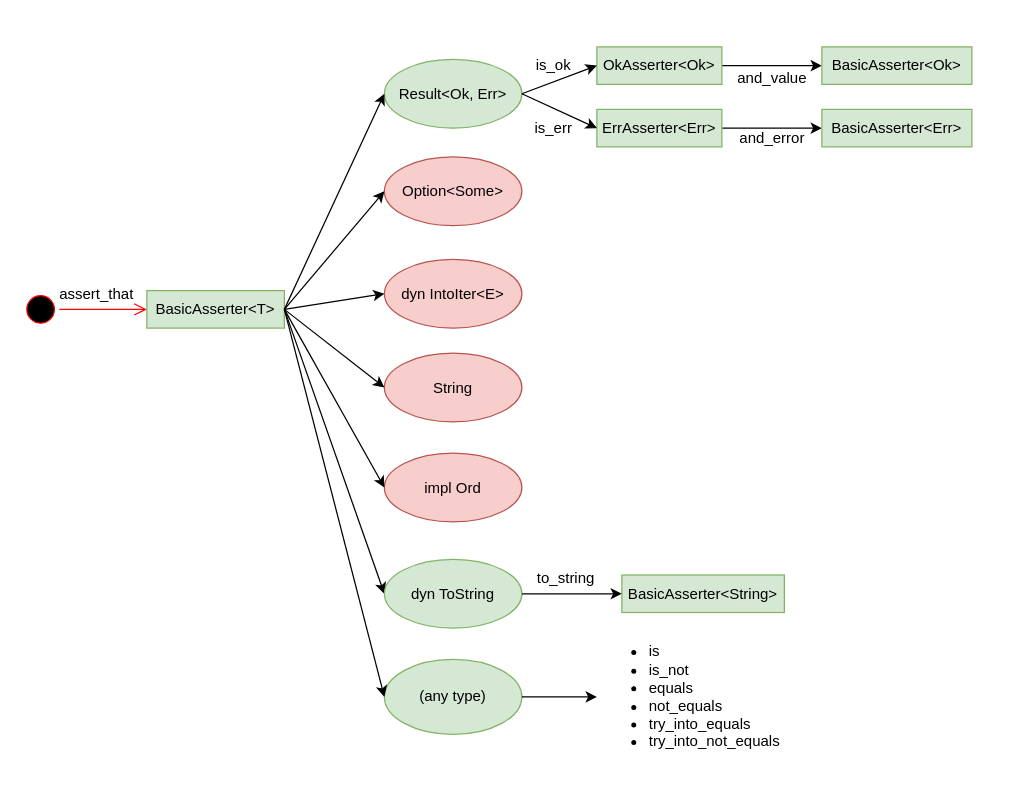
This is docs/assertion_structure.drawio from open-schnick/Smoothy, a draw.io file, before an edit. Source tidied: cells renumbered, new cells numbered last; positions are measured from the earlier drawing's top-left corner, leaving out a move shared by most shapes. Both pictures are drawn from the tidied source at 125%, with x=0, y=0 at pixel (21, 46).
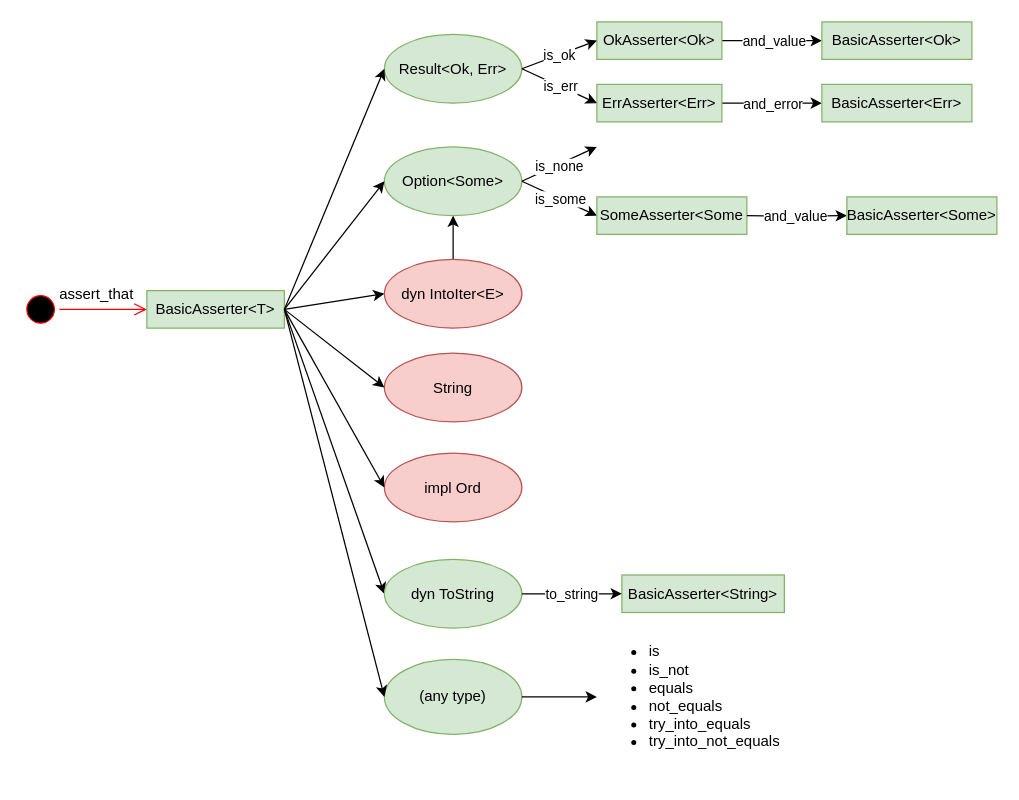
The same page after the edit.

Commit message (it also covers changes not shown here):
docs: update docs to reflect refactoring

The change refers to these unchanged cells:
```xml
<mxCell id="8" value="dyn IntoIter&amp;lt;E&amp;gt;" style="ellipse;whiteSpace=wrap;html=1;fillColor=#f8cecc;strokeColor=#b85450;" parent="1" vertex="1">
  <mxGeometry x="290" y="170" width="110" height="55" as="geometry" />
</mxCell>
<mxCell id="20" style="endArrow=classic;html=1;rounded=0;exitX=1;exitY=0.5;exitDx=0;exitDy=0;entryX=0;entryY=0.5;entryDx=0;entryDy=0;" parent="1" edge="1" source="19" target="17">
  <mxGeometry relative="1" as="geometry" />
</mxCell>
<mxCell id="21" style="edgeStyle=orthogonalEdgeStyle;rounded=0;jettySize=auto;html=1;entryX=0;entryY=0.5;entryDx=0;entryDy=0;" parent="1" edge="1" source="22" target="32">
  <mxGeometry relative="1" as="geometry" />
</mxCell>
<mxCell id="23" style="edgeStyle=orthogonalEdgeStyle;rounded=0;jettySize=auto;html=1;entryX=0;entryY=0.5;entryDx=0;entryDy=0;" parent="1" edge="1" source="24" target="29">
  <mxGeometry relative="1" as="geometry" />
</mxCell>
<mxCell id="25" style="endArrow=classic;html=1;rounded=0;exitX=1;exitY=0.5;exitDx=0;exitDy=0;entryX=0;entryY=0.5;entryDx=0;entryDy=0;" parent="1" edge="1" source="6" target="22">
  <mxGeometry relative="1" as="geometry" />
</mxCell>
<mxCell id="26" style="endArrow=classic;html=1;rounded=0;exitX=1;exitY=0.5;exitDx=0;exitDy=0;entryX=0;entryY=0.5;entryDx=0;entryDy=0;" parent="1" edge="1" source="6" target="24">
  <mxGeometry relative="1" as="geometry" />
</mxCell>
```

Diff of the diagram source:
```diff
@@
     <mxCell id="6" value="Result&amp;lt;Ok, Err&amp;gt;" style="ellipse;whiteSpace=wrap;html=1;fillColor=#d5e8d4;strokeColor=#82b366;" parent="1" vertex="1">
-      <mxGeometry x="290" y="10" width="110" height="55" as="geometry" />
+      <mxGeometry x="290" y="-10" width="110" height="55" as="geometry" />
     </mxCell>
-    <mxCell id="7" value="Option&amp;lt;Some&amp;gt;" style="ellipse;whiteSpace=wrap;html=1;fillColor=#f8cecc;strokeColor=#b85450;" parent="1" vertex="1">
-      <mxGeometry x="290" y="88" width="110" height="55" as="geometry" />
+    <mxCell id="7" value="Option&amp;lt;Some&amp;gt;" style="ellipse;whiteSpace=wrap;html=1;fillColor=#d5e8d4;strokeColor=#82b366;" parent="1" vertex="1">
+      <mxGeometry x="290" y="80" width="110" height="55" as="geometry" />
     </mxCell>
+    <mxCell id="37" style="edgeStyle=orthogonalEdgeStyle;rounded=0;jettySize=auto;html=1;" parent="1" edge="1" source="8" target="7">
+      <mxGeometry relative="1" as="geometry" />
+    </mxCell>
@@
-    <mxCell id="18" value="to_string" style="text;html=1;align=center;verticalAlign=middle;strokeColor=none;fillColor=none;" parent="1" vertex="1">
-      <mxGeometry x="400" y="410" width="70" height="30" as="geometry" />
-    </mxCell>
@@
+    <mxCell id="18" value="to_string" style="edgeLabel;html=1;align=center;verticalAlign=middle;" parent="20" vertex="1">
+      <mxGeometry x="-0.02" relative="1" as="geometry" />
+    </mxCell>
@@
+    <mxCell id="38" value="&lt;div&gt;and_value&lt;/div&gt;" style="edgeLabel;html=1;align=center;verticalAlign=middle;" parent="21" vertex="1">
+      <mxGeometry x="0.03" y="-1" relative="1" as="geometry">
+        <mxPoint y="-1" as="offset" />
+      </mxGeometry>
+    </mxCell>
     <mxCell id="22" value="OkAsserter&amp;lt;Ok&amp;gt;" style="rounded=0;whiteSpace=wrap;html=1;fillColor=#d5e8d4;strokeColor=#82b366;" parent="1" vertex="1">
-      <mxGeometry x="460" width="100" height="30" as="geometry" />
+      <mxGeometry x="460" y="-20" width="100" height="30" as="geometry" />
     </mxCell>
@@
+    <mxCell id="30" value="and_error" style="edgeLabel;html=1;align=center;verticalAlign=middle;" parent="23" vertex="1">
+      <mxGeometry x="0.01" relative="1" as="geometry" />
+    </mxCell>
     <mxCell id="24" value="ErrAsserter&amp;lt;Err&amp;gt;" style="rounded=0;whiteSpace=wrap;html=1;fillColor=#d5e8d4;strokeColor=#82b366;" parent="1" vertex="1">
-      <mxGeometry x="460" y="50" width="100" height="30" as="geometry" />
+      <mxGeometry x="460" y="30" width="100" height="30" as="geometry" />
     </mxCell>
@@
+    <mxCell id="27" value="is_ok" style="edgeLabel;html=1;align=center;verticalAlign=middle;" parent="25" vertex="1">
+      <mxGeometry x="-0.03" relative="1" as="geometry" />
+    </mxCell>
@@
-    <mxCell id="27" value="is_ok" style="text;html=1;align=center;verticalAlign=middle;strokeColor=none;fillColor=none;" parent="1" vertex="1">
-      <mxGeometry x="400" width="50" height="30" as="geometry" />
-    </mxCell>
-    <mxCell id="28" value="is_err" style="text;html=1;align=center;verticalAlign=middle;strokeColor=none;fillColor=none;" parent="1" vertex="1">
-      <mxGeometry x="400" y="50" width="50" height="30" as="geometry" />
+    <mxCell id="28" value="is_err" style="edgeLabel;html=1;align=center;verticalAlign=middle;" parent="26" vertex="1">
+      <mxGeometry x="0.02" relative="1" as="geometry" />
     </mxCell>
     <mxCell id="29" value="BasicAsserter&amp;lt;Err&amp;gt;" style="rounded=0;whiteSpace=wrap;html=1;fillColor=#d5e8d4;strokeColor=#82b366;" parent="1" vertex="1">
-      <mxGeometry x="640" y="50" width="120" height="30" as="geometry" />
+      <mxGeometry x="640" y="30" width="120" height="30" as="geometry" />
     </mxCell>
-    <mxCell id="30" value="and_error" style="text;html=1;align=center;verticalAlign=middle;strokeColor=none;fillColor=none;" parent="1" vertex="1">
-      <mxGeometry x="560" y="58" width="80" height="30" as="geometry" />
-    </mxCell>
-    <mxCell id="31" value="and_value" style="text;html=1;align=center;verticalAlign=middle;strokeColor=none;fillColor=none;" parent="1" vertex="1">
-      <mxGeometry x="560" y="10" width="80" height="30" as="geometry" />
-    </mxCell>
     <mxCell id="32" value="BasicAsserter&amp;lt;Ok&amp;gt;" style="rounded=0;whiteSpace=wrap;html=1;fillColor=#d5e8d4;strokeColor=#82b366;" parent="1" vertex="1">
-      <mxGeometry x="640" width="120" height="30" as="geometry" />
+      <mxGeometry x="640" y="-20" width="120" height="30" as="geometry" />
     </mxCell>
@@
+    <mxCell id="39" style="endArrow=classic;html=1;rounded=0;exitX=1;exitY=0.5;exitDx=0;exitDy=0;" parent="1" edge="1" source="7">
+      <mxGeometry relative="1" as="geometry">
+        <mxPoint x="460" y="80" as="targetPoint" />
+      </mxGeometry>
+    </mxCell>
+    <mxCell id="40" value="is_none" style="edgeLabel;html=1;align=center;verticalAlign=middle;" parent="39" vertex="1">
+      <mxGeometry x="-0.04" y="-2" relative="1" as="geometry" />
+    </mxCell>
+    <mxCell id="41" style="edgeStyle=none;jettySize=auto;html=1;rounded=0;exitX=1;exitY=0.5;exitDx=0;exitDy=0;entryX=0;entryY=0.5;entryDx=0;entryDy=0;" parent="1" edge="1" source="7" target="43">
+      <mxGeometry relative="1" as="geometry" />
+    </mxCell>
+    <mxCell id="42" value="&lt;div&gt;is_some&lt;/div&gt;" style="edgeLabel;html=1;align=center;verticalAlign=middle;" parent="41" vertex="1">
+      <mxGeometry x="0.04" relative="1" as="geometry" />
+    </mxCell>
+    <mxCell id="43" value="SomeAsserter&amp;lt;Some" style="rounded=0;whiteSpace=wrap;html=1;fillColor=#d5e8d4;strokeColor=#82b366;" parent="1" vertex="1">
+      <mxGeometry x="460" y="120" width="120" height="30" as="geometry" />
+    </mxCell>
+    <mxCell id="44" style="edgeStyle=orthogonalEdgeStyle;rounded=0;jettySize=auto;html=1;entryX=0;entryY=0.5;entryDx=0;entryDy=0;" parent="1" edge="1" target="46">
+      <mxGeometry relative="1" as="geometry">
+        <mxPoint x="580" y="135" as="sourcePoint" />
+      </mxGeometry>
+    </mxCell>
+    <mxCell id="45" value="and_value" style="edgeLabel;html=1;align=center;verticalAlign=middle;" parent="44" vertex="1">
+      <mxGeometry x="-0.04" y="-1" relative="1" as="geometry">
+        <mxPoint y="-1" as="offset" />
+      </mxGeometry>
+    </mxCell>
+    <mxCell id="46" value="BasicAsserter&amp;lt;Some&amp;gt;" style="rounded=0;whiteSpace=wrap;html=1;fillColor=#d5e8d4;strokeColor=#82b366;" parent="1" vertex="1">
+      <mxGeometry x="660" y="120" width="120" height="30" as="geometry" />
+    </mxCell>
```
